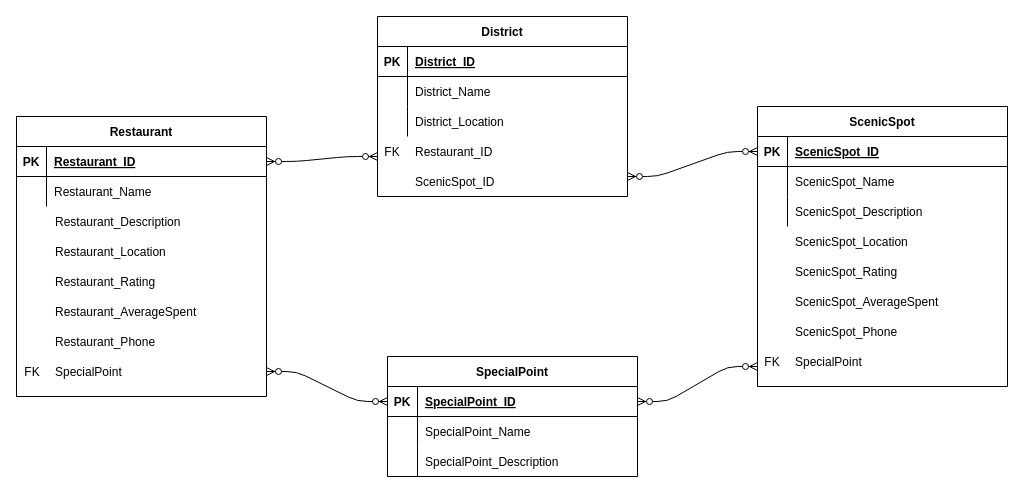
oscarzhu8/Assignment keeps this draw.io diagram as urd.drawio. Above is the earlier version. Source tidied: cells renumbered, new cells numbered last; positions are measured from the earlier drawing's top-left corner, leaving out a move shared by most shapes. Both pictures are drawn from the tidied source at 100%, with x=0, y=0 at pixel (16, 16).
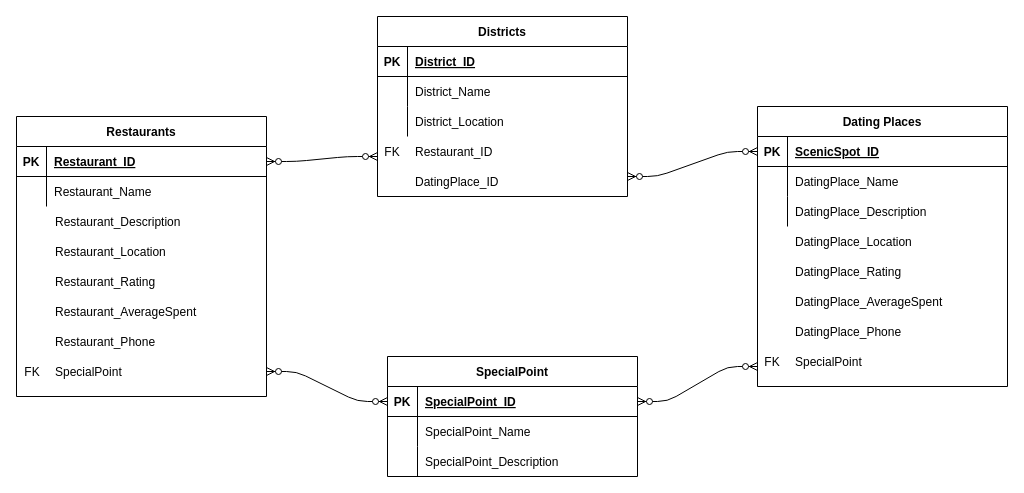
The same page after the edit.

Unchanged cells that the change refers to:
```xml
<mxCell id="8" style="shape=partialRectangle;fillColor=none;top=0;left=0;right=0;bottom=0;" parent="4" vertex="1">
  <mxGeometry y="60" width="250" height="30" as="geometry" />
</mxCell>
```

What changed in the source:
```diff
@@
-    <mxCell id="4" value="ScenicSpot" style="shape=table;startSize=30;childLayout=tableLayout;rowLines=0;fontStyle=1;align=center;" parent="1" vertex="1">
+    <mxCell id="4" value="Dating Places" style="shape=table;startSize=30;childLayout=tableLayout;rowLines=0;fontStyle=1;align=center;" parent="1" vertex="1">
       <mxGeometry x="741" y="90" width="250" height="280" as="geometry" />
     </mxCell>
@@
-    <mxCell id="10" value="ScenicSpot_Name" style="shape=partialRectangle;overflow=hidden;fillColor=none;top=0;left=0;bottom=0;right=0;align=left;spacingLeft=6;" parent="8" vertex="1">
+    <mxCell id="10" value="DatingPlace_Name" style="shape=partialRectangle;overflow=hidden;fillColor=none;top=0;left=0;bottom=0;right=0;align=left;spacingLeft=6;" parent="8" vertex="1">
       <mxGeometry x="30" width="220" height="30" as="geometry" />
     </mxCell>
@@
-    <mxCell id="14" value="Restaurant" style="shape=table;startSize=30;childLayout=tableLayout;rowLines=0;fontStyle=1;align=center;" parent="1" vertex="1">
+    <mxCell id="14" value="Restaurants" style="shape=table;startSize=30;childLayout=tableLayout;rowLines=0;fontStyle=1;align=center;" parent="1" vertex="1">
       <mxGeometry y="100" width="250" height="280" as="geometry" />
     </mxCell>
@@
-    <mxCell id="21" value="District" style="shape=table;startSize=30;childLayout=tableLayout;rowLines=0;fontStyle=1;align=center;arcSize=15;gradientColor=#ffffff;" parent="1" vertex="1">
+    <mxCell id="21" value="Districts" style="shape=table;startSize=30;childLayout=tableLayout;rowLines=0;fontStyle=1;align=center;arcSize=15;gradientColor=#ffffff;" parent="1" vertex="1">
       <mxGeometry x="361" width="250" height="180" as="geometry" />
     </mxCell>
@@
-    <mxCell id="33" value="ScenicSpot_ID" style="shape=partialRectangle;overflow=hidden;fillColor=none;top=0;left=0;bottom=0;right=0;align=left;spacingLeft=6;" parent="1" vertex="1">
+    <mxCell id="33" value="DatingPlace_ID" style="shape=partialRectangle;overflow=hidden;fillColor=none;top=0;left=0;bottom=0;right=0;align=left;spacingLeft=6;" parent="1" vertex="1">
       <mxGeometry x="391" y="150" width="220" height="30" as="geometry" />
     </mxCell>
@@
-    <mxCell id="39" value="ScenicSpot_Description" style="shape=partialRectangle;overflow=hidden;fillColor=none;top=0;left=0;bottom=0;right=0;align=left;spacingLeft=6;" parent="1" vertex="1">
+    <mxCell id="39" value="DatingPlace_Description" style="shape=partialRectangle;overflow=hidden;fillColor=none;top=0;left=0;bottom=0;right=0;align=left;spacingLeft=6;" parent="1" vertex="1">
       <mxGeometry x="771" y="180" width="220" height="30" as="geometry" />
     </mxCell>
-    <mxCell id="40" value="ScenicSpot_Location" style="shape=partialRectangle;overflow=hidden;fillColor=none;top=0;left=0;bottom=0;right=0;align=left;spacingLeft=6;" parent="1" vertex="1">
+    <mxCell id="40" value="DatingPlace_Location" style="shape=partialRectangle;overflow=hidden;fillColor=none;top=0;left=0;bottom=0;right=0;align=left;spacingLeft=6;" parent="1" vertex="1">
       <mxGeometry x="771" y="210" width="220" height="30" as="geometry" />
     </mxCell>
-    <mxCell id="41" value="ScenicSpot_Rating" style="shape=partialRectangle;overflow=hidden;fillColor=none;top=0;left=0;bottom=0;right=0;align=left;spacingLeft=6;" parent="1" vertex="1">
+    <mxCell id="41" value="DatingPlace_Rating" style="shape=partialRectangle;overflow=hidden;fillColor=none;top=0;left=0;bottom=0;right=0;align=left;spacingLeft=6;" parent="1" vertex="1">
       <mxGeometry x="771" y="240" width="220" height="30" as="geometry" />
     </mxCell>
-    <mxCell id="42" value="ScenicSpot_AverageSpent" style="shape=partialRectangle;overflow=hidden;fillColor=none;top=0;left=0;bottom=0;right=0;align=left;spacingLeft=6;" parent="1" vertex="1">
+    <mxCell id="42" value="DatingPlace_AverageSpent" style="shape=partialRectangle;overflow=hidden;fillColor=none;top=0;left=0;bottom=0;right=0;align=left;spacingLeft=6;" parent="1" vertex="1">
       <mxGeometry x="771" y="270" width="220" height="30" as="geometry" />
     </mxCell>
-    <mxCell id="43" value="ScenicSpot_Phone" style="shape=partialRectangle;overflow=hidden;fillColor=none;top=0;left=0;bottom=0;right=0;align=left;spacingLeft=6;" parent="1" vertex="1">
+    <mxCell id="43" value="DatingPlace_Phone" style="shape=partialRectangle;overflow=hidden;fillColor=none;top=0;left=0;bottom=0;right=0;align=left;spacingLeft=6;" parent="1" vertex="1">
       <mxGeometry x="771" y="300" width="220" height="30" as="geometry" />
     </mxCell>
```
